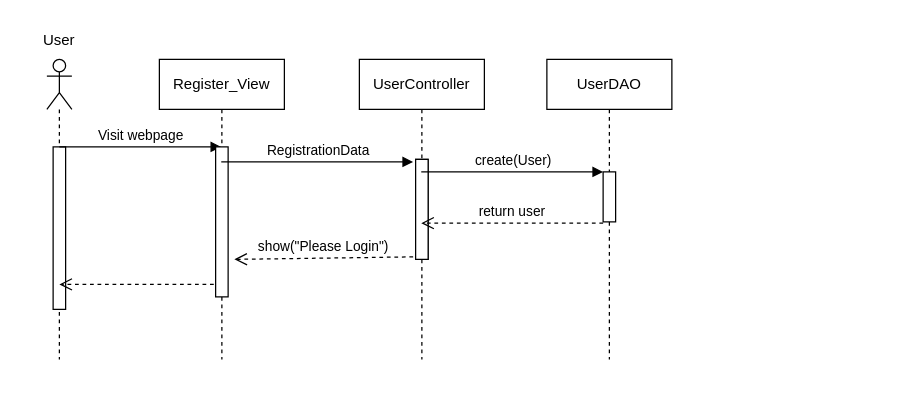
Before: specification/diagrams/Registration_sequence.drawio in gyarmati21/Drip-Shop, a draw.io diagram. Source tidied: cells renumbered, new cells numbered last; positions are measured from the earlier drawing's top-left corner, leaving out a move shared by most shapes. Both pictures are drawn from the tidied source at 125%, with x=0, y=0 at pixel (21, 21).
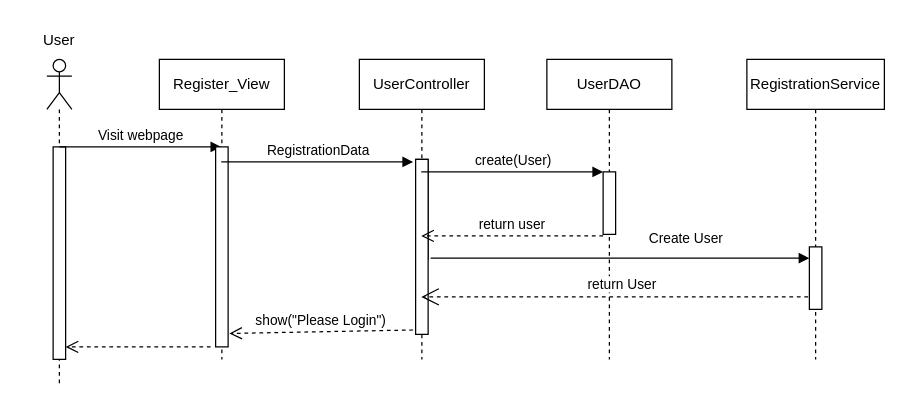
Above is the later version.

Commit message (it also covers changes not shown here):
Repair usecase

Unchanged cells that the change refers to:
```xml
<mxCell id="6" value="Register_View" style="shape=umlLifeline;perimeter=lifelinePerimeter;whiteSpace=wrap;html=1;outlineConnect=0;" parent="1" vertex="1">
  <mxGeometry x="110" y="30" width="100" height="240" as="geometry" />
</mxCell>
<mxCell id="9" value="UserController" style="shape=umlLifeline;perimeter=lifelinePerimeter;whiteSpace=wrap;html=1;outlineConnect=0;" parent="1" vertex="1">
  <mxGeometry x="270" y="30" width="100" height="240" as="geometry" />
</mxCell>
<mxCell id="12" value="UserDAO" style="shape=umlLifeline;perimeter=lifelinePerimeter;whiteSpace=wrap;html=1;" parent="1" vertex="1">
  <mxGeometry x="420" y="30" width="100" height="240" as="geometry" />
</mxCell>
```

The edit, as a diff of the source:
```diff
@@
     <mxCell id="2" style="shape=umlLifeline;participant=umlActor;perimeter=lifelinePerimeter;whiteSpace=wrap;html=1;verticalAlign=top;spacingTop=36;" parent="1" vertex="1">
-      <mxGeometry x="20" y="30" width="20" height="240" as="geometry" />
+      <mxGeometry x="20" y="30" width="20" height="260" as="geometry" />
     </mxCell>
     <mxCell id="3" style="html=1;points=[];perimeter=orthogonalPerimeter;" parent="2" vertex="1">
-      <mxGeometry x="5" y="70" width="10" height="130" as="geometry" />
+      <mxGeometry x="5" y="70" width="10" height="170" as="geometry" />
     </mxCell>
@@
-    <mxCell id="5" style="html=1;verticalAlign=bottom;endArrow=open;dashed=1;endSize=8;rounded=0;" parent="2" edge="1" source="6">
-      <mxGeometry relative="1" as="geometry">
-        <mxPoint x="10" y="180" as="targetPoint" />
-      </mxGeometry>
-    </mxCell>
@@
     <mxCell id="7" style="html=1;points=[];perimeter=orthogonalPerimeter;" parent="6" vertex="1">
-      <mxGeometry x="45" y="70" width="10" height="120" as="geometry" />
+      <mxGeometry x="45" y="70" width="10" height="160" as="geometry" />
     </mxCell>
-    <mxCell id="8" value="show(&quot;Please Login&quot;)" style="html=1;verticalAlign=bottom;endArrow=open;dashed=1;endSize=8;rounded=0;exitX=-0.2;exitY=0.975;exitDx=0;exitDy=0;exitPerimeter=0;" parent="6" edge="1" source="11">
-      <mxGeometry relative="1" as="geometry">
-        <mxPoint x="60" y="160" as="targetPoint" />
-      </mxGeometry>
-    </mxCell>
@@
     <mxCell id="11" style="html=1;points=[];perimeter=orthogonalPerimeter;" parent="9" vertex="1">
-      <mxGeometry x="45" y="80" width="10" height="80" as="geometry" />
+      <mxGeometry x="45" y="80" width="10" height="140" as="geometry" />
     </mxCell>
@@
     <mxCell id="13" style="html=1;points=[];perimeter=orthogonalPerimeter;" parent="12" vertex="1">
-      <mxGeometry x="45" y="90" width="10" height="40" as="geometry" />
+      <mxGeometry x="45" y="90" width="10" height="50" as="geometry" />
     </mxCell>
@@
+    <mxCell id="18" value="RegistrationService" style="shape=umlLifeline;perimeter=lifelinePerimeter;whiteSpace=wrap;html=1;" parent="1" vertex="1">
+      <mxGeometry x="580" y="30" width="110" height="240" as="geometry" />
+    </mxCell>
+    <mxCell id="19" style="html=1;points=[];perimeter=orthogonalPerimeter;" parent="18" vertex="1">
+      <mxGeometry x="50" y="150" width="10" height="50" as="geometry" />
+    </mxCell>
+    <mxCell id="20" value="Create User" style="endArrow=block;endFill=1;html=1;edgeStyle=orthogonalEdgeStyle;align=left;verticalAlign=top;rounded=0;exitX=1.2;exitY=0.564;exitDx=0;exitDy=0;exitPerimeter=0;" parent="1" edge="1" source="11">
+      <mxGeometry x="0.14" y="29" relative="1" as="geometry">
+        <mxPoint x="630" y="189" as="targetPoint" />
+        <Array as="points">
+          <mxPoint x="627" y="189" />
+        </Array>
+      </mxGeometry>
+    </mxCell>
+    <mxCell id="8" value="show(&quot;Please Login&quot;)" style="html=1;verticalAlign=bottom;endArrow=open;dashed=1;endSize=8;rounded=0;exitX=-0.2;exitY=0.975;exitDx=0;exitDy=0;exitPerimeter=0;entryX=1.1;entryY=0.933;entryDx=0;entryDy=0;entryPerimeter=0;" parent="1" edge="1" source="11" target="7">
+      <mxGeometry relative="1" as="geometry" />
+    </mxCell>
+    <mxCell id="5" style="html=1;verticalAlign=bottom;endArrow=open;dashed=1;endSize=8;rounded=0;exitX=-0.4;exitY=1;exitDx=0;exitDy=0;exitPerimeter=0;" parent="1" edge="1" source="7" target="3">
+      <mxGeometry relative="1" as="geometry" />
+    </mxCell>
+    <mxCell id="21" value="return User" style="endArrow=open;endSize=12;dashed=1;html=1;rounded=0;exitX=-0.1;exitY=0.8;exitDx=0;exitDy=0;exitPerimeter=0;" parent="1" edge="1" source="19" target="9">
+      <mxGeometry x="-0.04" y="-10" relative="1" as="geometry" />
+    </mxCell>
```
